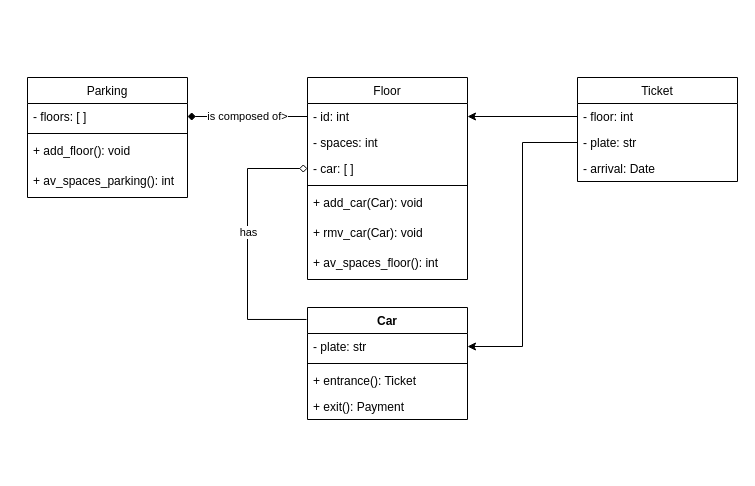
Earlier version of the draw.io diagram ParkEase.drawio (toruke/2tm1_ParkEase). Source tidied: cells renumbered, new cells numbered last; positions are measured from the earlier drawing's top-left corner, leaving out a move shared by most shapes. Both pictures are drawn from the tidied source at 100%, with x=0, y=0 at pixel (27, 77).
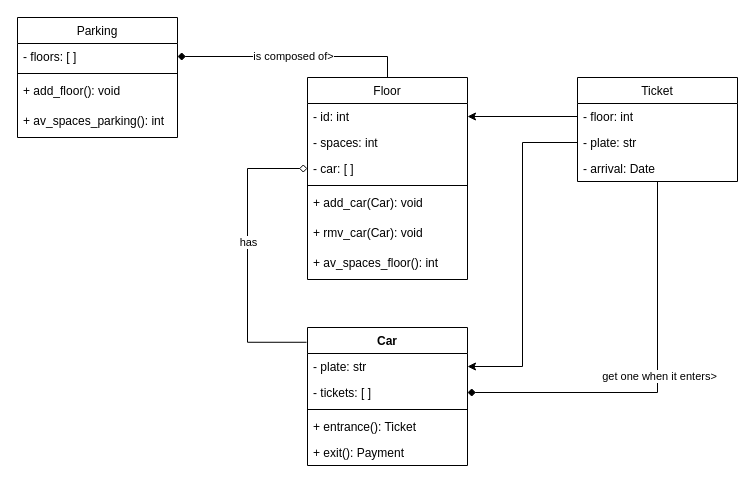
Above is the later version.

Unchanged cells that the change refers to:
```xml
<mxCell id="3" value="- floors: [ ]" style="text;align=left;verticalAlign=top;spacingLeft=4;spacingRight=4;overflow=hidden;points=[[0,0.5],[1,0.5]];portConstraint=eastwest;" parent="2" vertex="1">
  <mxGeometry y="26" width="160" height="26" as="geometry" />
</mxCell>
<mxCell id="7" value="Floor" style="swimlane;fontStyle=0;align=center;verticalAlign=top;horizontal=1;startSize=26;rounded=0;shadow=0;strokeWidth=1;" parent="1" vertex="1">
  <mxGeometry x="280" width="160" height="202" as="geometry" />
</mxCell>
<mxCell id="8" value="- id: int" style="text;align=left;verticalAlign=top;spacingLeft=4;spacingRight=4;overflow=hidden;points=[[0,0.5],[1,0.5]];portConstraint=eastwest;" parent="7" vertex="1">
  <mxGeometry y="26" width="160" height="26" as="geometry" />
</mxCell>
<mxCell id="15" value="Ticket" style="swimlane;fontStyle=0;align=center;verticalAlign=top;horizontal=1;startSize=26;rounded=0;shadow=0;strokeWidth=1;" parent="1" vertex="1">
  <mxGeometry x="550" width="160" height="104" as="geometry" />
</mxCell>
<mxCell id="17" value="- plate: str" style="text;align=left;verticalAlign=top;spacingLeft=4;spacingRight=4;overflow=hidden;points=[[0,0.5],[1,0.5]];portConstraint=eastwest;" parent="15" vertex="1">
  <mxGeometry y="52" width="160" height="26" as="geometry" />
</mxCell>
<mxCell id="21" value="- plate: str" style="text;strokeColor=none;fillColor=none;align=left;verticalAlign=top;spacingLeft=4;spacingRight=4;overflow=hidden;points=[[0,0.5],[1,0.5]];portConstraint=eastwest;whiteSpace=wrap;html=1;" parent="20" vertex="1">
  <mxGeometry y="26" width="160" height="26" as="geometry" />
</mxCell>
```

Change to the diagram source:
```diff
@@
     <mxCell id="2" value="Parking" style="swimlane;fontStyle=0;align=center;verticalAlign=top;horizontal=1;startSize=26;rounded=0;shadow=0;strokeWidth=1;" parent="1" vertex="1">
-      <mxGeometry width="160" height="120" as="geometry" />
+      <mxGeometry x="-10" y="-60" width="160" height="120" as="geometry" />
     </mxCell>
@@
-    <mxCell id="19" value="is composed of&amp;gt;" style="edgeStyle=orthogonalEdgeStyle;rounded=0;jettySize=auto;html=1;exitX=1;exitY=0.5;exitDx=0;exitDy=0;startArrow=diamond;startFill=1;endArrow=none;endFill=0;" parent="1" edge="1" source="3" target="8">
+    <mxCell id="19" value="is composed of&amp;gt;" style="edgeStyle=orthogonalEdgeStyle;rounded=0;jettySize=auto;html=1;exitX=1;exitY=0.5;exitDx=0;exitDy=0;startArrow=diamond;startFill=1;endArrow=none;endFill=0;entryX=0.5;entryY=0;entryDx=0;entryDy=0;" parent="1" edge="1" source="3" target="7">
       <mxGeometry relative="1" as="geometry" />
     </mxCell>
     <mxCell id="20" value="Car" style="swimlane;fontStyle=1;align=center;verticalAlign=top;horizontal=1;startSize=26;whiteSpace=wrap;html=1;" parent="1" vertex="1">
-      <mxGeometry x="280" y="230" width="160" height="112" as="geometry" />
+      <mxGeometry x="280" y="250" width="160" height="138" as="geometry" />
     </mxCell>
@@
+    <mxCell id="29" value="- tickets: [ ]" style="text;strokeColor=none;fillColor=none;align=left;verticalAlign=top;spacingLeft=4;spacingRight=4;overflow=hidden;points=[[0,0.5],[1,0.5]];portConstraint=eastwest;whiteSpace=wrap;html=1;" parent="20" vertex="1">
+      <mxGeometry y="52" width="160" height="26" as="geometry" />
+    </mxCell>
     <mxCell id="22" style="line;strokeWidth=1;fillColor=none;align=left;verticalAlign=middle;spacingTop=-1;spacingLeft=3;spacingRight=3;labelPosition=right;strokeColor=inherit;" parent="20" vertex="1">
-      <mxGeometry y="52" width="160" height="8" as="geometry" />
+      <mxGeometry y="78" width="160" height="8" as="geometry" />
     </mxCell>
     <mxCell id="23" value="+ entrance(): Ticket" style="text;strokeColor=none;fillColor=none;align=left;verticalAlign=top;spacingLeft=4;spacingRight=4;overflow=hidden;whiteSpace=wrap;html=1;" parent="20" vertex="1">
-      <mxGeometry y="60" width="160" height="26" as="geometry" />
+      <mxGeometry y="86" width="160" height="26" as="geometry" />
     </mxCell>
     <mxCell id="24" value="+ exit(): Payment" style="text;strokeColor=none;fillColor=none;align=left;verticalAlign=top;spacingLeft=4;spacingRight=4;overflow=hidden;whiteSpace=wrap;html=1;" parent="20" vertex="1">
-      <mxGeometry y="86" width="160" height="26" as="geometry" />
+      <mxGeometry y="112" width="160" height="26" as="geometry" />
     </mxCell>
-    <mxCell id="25" style="edgeStyle=orthogonalEdgeStyle;rounded=0;jettySize=auto;html=1;exitX=0;exitY=0.5;exitDx=0;exitDy=0;entryX=1;entryY=0.5;entryDx=0;entryDy=0;" parent="1" edge="1" source="17" target="21">
-      <mxGeometry relative="1" as="geometry" />
-    </mxCell>
@@
+    <mxCell id="30" style="edgeStyle=orthogonalEdgeStyle;rounded=0;jettySize=auto;html=1;exitX=1;exitY=0.5;exitDx=0;exitDy=0;startArrow=diamond;startFill=1;endArrow=none;endFill=0;" parent="1" edge="1" source="29" target="15">
+      <mxGeometry relative="1" as="geometry" />
+    </mxCell>
+    <mxCell id="31" value="get one when it enters&amp;gt;" style="edgeLabel;html=1;align=center;verticalAlign=middle;" parent="30" vertex="1">
+      <mxGeometry x="0.03" y="-1" relative="1" as="geometry" />
+    </mxCell>
+    <mxCell id="25" style="edgeStyle=orthogonalEdgeStyle;rounded=0;jettySize=auto;html=1;exitX=0;exitY=0.5;exitDx=0;exitDy=0;entryX=1;entryY=0.5;entryDx=0;entryDy=0;" parent="1" edge="1" source="17" target="21">
+      <mxGeometry relative="1" as="geometry" />
+    </mxCell>
```
